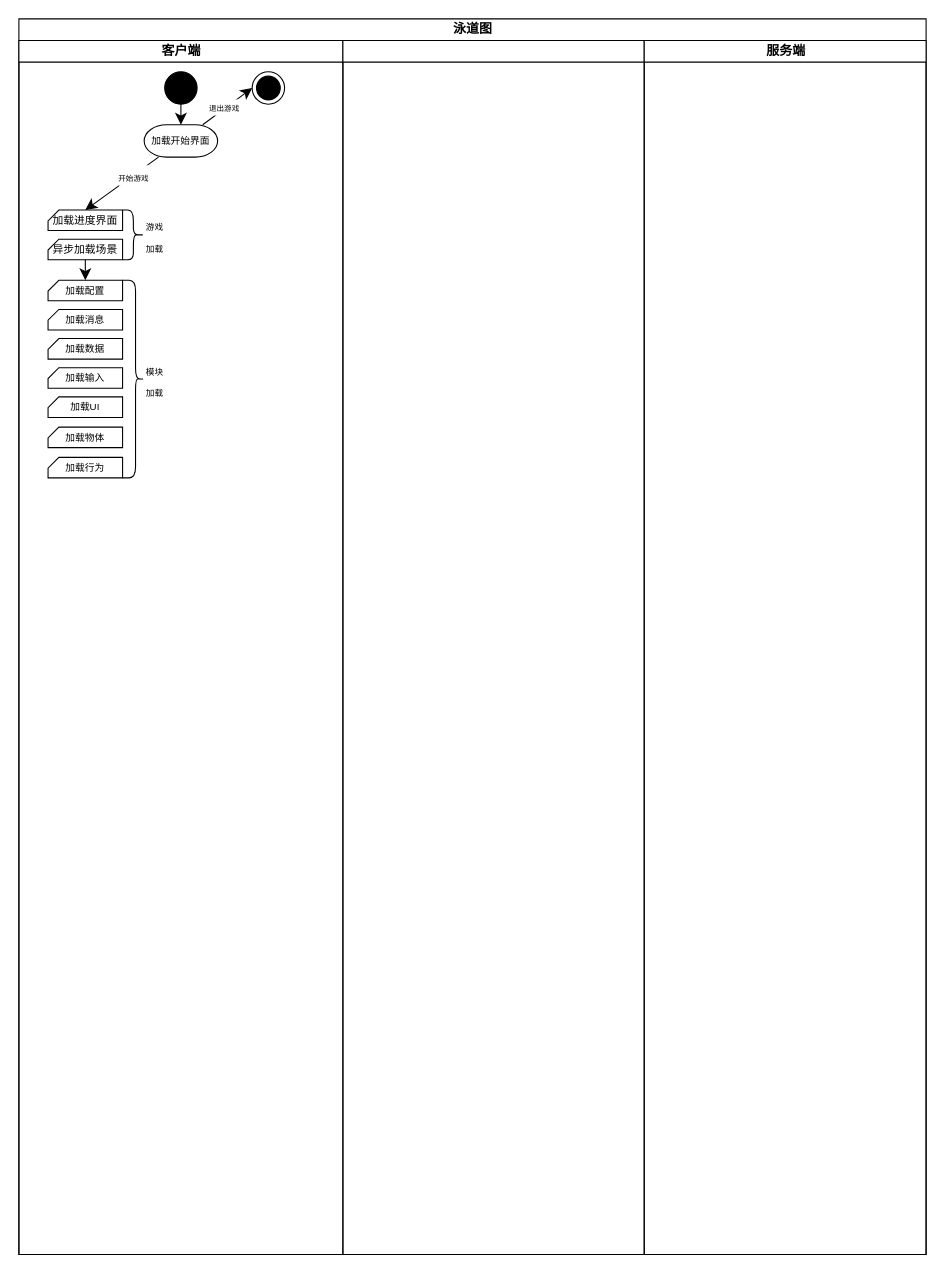
Before: Assets/LazyPan/LazyPanDrawio.drawio in WH961230/LazyPanFramework, a draw.io diagram. Source tidied: cells renumbered, new cells numbered last; positions are measured from the earlier drawing's top-left corner, leaving out a move shared by most shapes. Both pictures are drawn from the tidied source at 108%, with x=0, y=0 at pixel (18, 18).
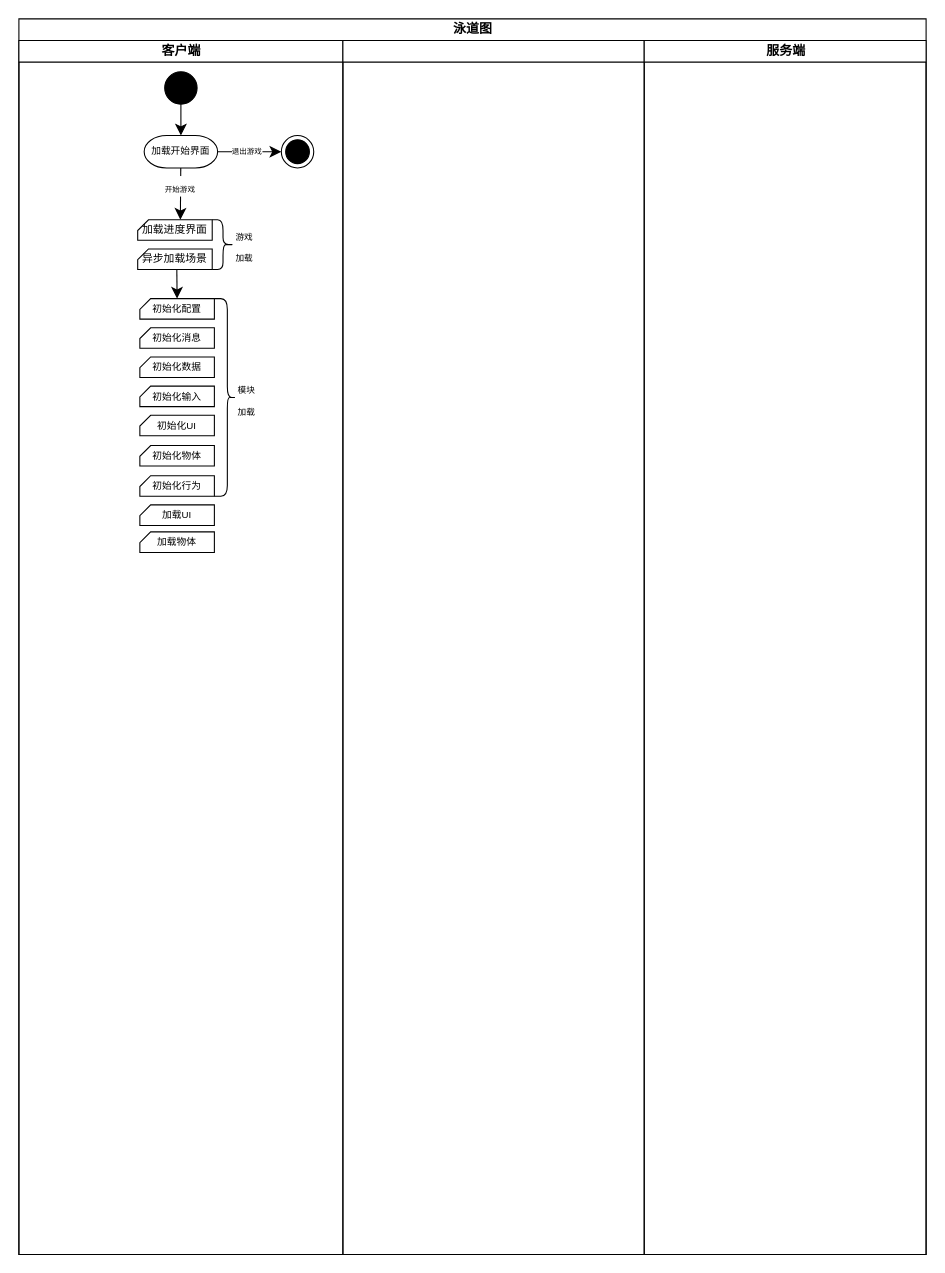
The same diagram, later.

The change refers to these unchanged cells:
```xml
<mxCell id="3" value="客户端" style="swimlane;startSize=20;html=1;" parent="2" vertex="1">
  <mxGeometry y="20" width="300" height="1124" as="geometry" />
</mxCell>
```

Diff of the diagram source:
```diff
@@
-    <mxCell id="5" style="edgeStyle=none;curved=1;rounded=0;jettySize=auto;html=1;entryX=0.5;entryY=0;entryDx=0;entryDy=0;fontSize=12;startSize=8;endSize=8;entryPerimeter=0;" parent="3" edge="1" source="7" target="21">
+    <mxCell id="5" style="edgeStyle=none;curved=1;rounded=0;jettySize=auto;html=1;entryX=0;entryY=0;entryDx=39.5;entryDy=0;fontSize=12;startSize=8;endSize=8;entryPerimeter=0;" parent="3" edge="1" source="7" target="21">
       <mxGeometry relative="1" as="geometry" />
     </mxCell>
@@
     <mxCell id="7" value="加载开始界面" style="strokeWidth=1;html=1;shape=mxgraph.flowchart.terminator;whiteSpace=wrap;fontSize=9;" parent="3" vertex="1">
-      <mxGeometry x="116" y="78" width="68" height="30" as="geometry" />
+      <mxGeometry x="116" y="88" width="68" height="30" as="geometry" />
     </mxCell>
@@
     <mxCell id="10" style="ellipse;html=1;shape=endState;fillColor=strokeColor;fontSize=16;" parent="3" vertex="1">
-      <mxGeometry x="216" y="29" width="30" height="30" as="geometry" />
+      <mxGeometry x="243" y="88" width="30" height="30" as="geometry" />
     </mxCell>
-    <mxCell id="11" value="&lt;div style=&quot;line-height: 0%;&quot;&gt;&lt;span style=&quot;background-color: initial; font-size: 9px;&quot;&gt;加载配置&lt;/span&gt;&lt;/div&gt;" style="verticalLabelPosition=middle;verticalAlign=middle;html=1;shape=card;whiteSpace=wrap;size=10;arcSize=12;fontSize=16;align=center;labelPosition=center;" parent="3" vertex="1">
-      <mxGeometry x="27" y="222" width="69" height="19" as="geometry" />
+    <mxCell id="11" value="&lt;div style=&quot;line-height: 0%;&quot;&gt;&lt;span style=&quot;background-color: initial; font-size: 9px;&quot;&gt;初始化&lt;/span&gt;&lt;span style=&quot;background-color: initial; font-size: 9px;&quot;&gt;配置&lt;/span&gt;&lt;/div&gt;" style="verticalLabelPosition=middle;verticalAlign=middle;html=1;shape=card;whiteSpace=wrap;size=10;arcSize=12;fontSize=16;align=center;labelPosition=center;" parent="3" vertex="1">
+      <mxGeometry x="112" y="239" width="69" height="19" as="geometry" />
     </mxCell>
-    <mxCell id="12" value="&lt;div style=&quot;line-height: 0%;&quot;&gt;&lt;span style=&quot;background-color: initial; font-size: 9px;&quot;&gt;加载行为&lt;/span&gt;&lt;/div&gt;" style="verticalLabelPosition=middle;verticalAlign=middle;html=1;shape=card;whiteSpace=wrap;size=10;arcSize=12;fontSize=16;align=center;labelPosition=center;" parent="3" vertex="1">
-      <mxGeometry x="27" y="386" width="69" height="19" as="geometry" />
+    <mxCell id="12" value="&lt;div style=&quot;line-height: 0%;&quot;&gt;&lt;span style=&quot;background-color: initial; font-size: 9px;&quot;&gt;初始化行为&lt;/span&gt;&lt;/div&gt;" style="verticalLabelPosition=middle;verticalAlign=middle;html=1;shape=card;whiteSpace=wrap;size=10;arcSize=12;fontSize=16;align=center;labelPosition=center;" parent="3" vertex="1">
+      <mxGeometry x="112" y="403" width="69" height="19" as="geometry" />
     </mxCell>
-    <mxCell id="13" value="&lt;div style=&quot;line-height: 0%;&quot;&gt;&lt;span style=&quot;background-color: initial; font-size: 9px;&quot;&gt;加载物体&lt;/span&gt;&lt;/div&gt;" style="verticalLabelPosition=middle;verticalAlign=middle;html=1;shape=card;whiteSpace=wrap;size=10;arcSize=12;fontSize=16;align=center;labelPosition=center;" parent="3" vertex="1">
-      <mxGeometry x="27" y="358" width="69" height="19" as="geometry" />
+    <mxCell id="13" value="&lt;div style=&quot;line-height: 0%;&quot;&gt;&lt;span style=&quot;background-color: initial; font-size: 9px;&quot;&gt;初始化物体&lt;/span&gt;&lt;/div&gt;" style="verticalLabelPosition=middle;verticalAlign=middle;html=1;shape=card;whiteSpace=wrap;size=10;arcSize=12;fontSize=16;align=center;labelPosition=center;" parent="3" vertex="1">
+      <mxGeometry x="112" y="375" width="69" height="19" as="geometry" />
     </mxCell>
-    <mxCell id="14" value="&lt;div style=&quot;line-height: 0%;&quot;&gt;&lt;span style=&quot;background-color: initial; font-size: 9px;&quot;&gt;加载UI&lt;/span&gt;&lt;/div&gt;" style="verticalLabelPosition=middle;verticalAlign=middle;html=1;shape=card;whiteSpace=wrap;size=10;arcSize=12;fontSize=16;align=center;labelPosition=center;" parent="3" vertex="1">
-      <mxGeometry x="27" y="330" width="69" height="19" as="geometry" />
+    <mxCell id="14" value="&lt;div style=&quot;line-height: 0%;&quot;&gt;&lt;span style=&quot;background-color: initial; font-size: 9px;&quot;&gt;初始化UI&lt;/span&gt;&lt;/div&gt;" style="verticalLabelPosition=middle;verticalAlign=middle;html=1;shape=card;whiteSpace=wrap;size=10;arcSize=12;fontSize=16;align=center;labelPosition=center;" parent="3" vertex="1">
+      <mxGeometry x="112" y="347" width="69" height="19" as="geometry" />
     </mxCell>
-    <mxCell id="15" value="&lt;div style=&quot;line-height: 0%;&quot;&gt;&lt;span style=&quot;background-color: initial; font-size: 9px;&quot;&gt;加载输入&lt;/span&gt;&lt;/div&gt;" style="verticalLabelPosition=middle;verticalAlign=middle;html=1;shape=card;whiteSpace=wrap;size=10;arcSize=12;fontSize=16;align=center;labelPosition=center;" parent="3" vertex="1">
-      <mxGeometry x="27" y="303" width="69" height="19" as="geometry" />
+    <mxCell id="15" value="&lt;div style=&quot;line-height: 0%;&quot;&gt;&lt;span style=&quot;background-color: initial; font-size: 9px;&quot;&gt;初始化&lt;/span&gt;&lt;span style=&quot;background-color: initial; font-size: 9px;&quot;&gt;输入&lt;/span&gt;&lt;/div&gt;" style="verticalLabelPosition=middle;verticalAlign=middle;html=1;shape=card;whiteSpace=wrap;size=10;arcSize=12;fontSize=16;align=center;labelPosition=center;" parent="3" vertex="1">
+      <mxGeometry x="112" y="320" width="69" height="19" as="geometry" />
     </mxCell>
-    <mxCell id="16" value="&lt;div style=&quot;line-height: 0%;&quot;&gt;&lt;span style=&quot;background-color: initial; font-size: 9px;&quot;&gt;加载数据&lt;/span&gt;&lt;/div&gt;" style="verticalLabelPosition=middle;verticalAlign=middle;html=1;shape=card;whiteSpace=wrap;size=10;arcSize=12;fontSize=16;align=center;labelPosition=center;" parent="3" vertex="1">
-      <mxGeometry x="27" y="276" width="69" height="19" as="geometry" />
+    <mxCell id="16" value="&lt;div style=&quot;line-height: 0%;&quot;&gt;&lt;span style=&quot;background-color: initial; font-size: 9px;&quot;&gt;初始化数据&lt;/span&gt;&lt;/div&gt;" style="verticalLabelPosition=middle;verticalAlign=middle;html=1;shape=card;whiteSpace=wrap;size=10;arcSize=12;fontSize=16;align=center;labelPosition=center;" parent="3" vertex="1">
+      <mxGeometry x="112" y="293" width="69" height="19" as="geometry" />
     </mxCell>
-    <mxCell id="17" value="&lt;div style=&quot;line-height: 0%;&quot;&gt;&lt;span style=&quot;background-color: initial; font-size: 9px;&quot;&gt;加载消息&lt;/span&gt;&lt;/div&gt;" style="verticalLabelPosition=middle;verticalAlign=middle;html=1;shape=card;whiteSpace=wrap;size=10;arcSize=12;fontSize=16;align=center;labelPosition=center;" parent="3" vertex="1">
-      <mxGeometry x="27" y="249" width="69" height="19" as="geometry" />
+    <mxCell id="17" value="&lt;div style=&quot;line-height: 0%;&quot;&gt;&lt;span style=&quot;background-color: initial; font-size: 9px;&quot;&gt;初始化消息&lt;/span&gt;&lt;/div&gt;" style="verticalLabelPosition=middle;verticalAlign=middle;html=1;shape=card;whiteSpace=wrap;size=10;arcSize=12;fontSize=16;align=center;labelPosition=center;" parent="3" vertex="1">
+      <mxGeometry x="112" y="266" width="69" height="19" as="geometry" />
     </mxCell>
     <mxCell id="18" value="&lt;span style=&quot;font-size: 8px;&quot;&gt;模块加载&lt;/span&gt;" style="shape=curlyBracket;whiteSpace=wrap;html=1;rounded=1;flipH=1;labelPosition=right;verticalLabelPosition=middle;align=left;verticalAlign=middle;fontSize=16;size=0.40000000000000424;strokeWidth=1;" parent="3" vertex="1">
-      <mxGeometry x="96" y="222" width="20" height="183" as="geometry" />
+      <mxGeometry x="181" y="239" width="20" height="183" as="geometry" />
     </mxCell>
-    <mxCell id="19" style="edgeStyle=none;curved=1;rounded=0;jettySize=auto;html=1;entryX=0.5;entryY=0;entryDx=0;entryDy=0;entryPerimeter=0;fontSize=12;startSize=8;endSize=8;" parent="3" edge="1" source="20" target="11">
+    <mxCell id="19" style="edgeStyle=none;curved=1;rounded=0;jettySize=auto;html=1;entryX=0.5;entryY=0;entryDx=0;entryDy=0;entryPerimeter=0;fontSize=12;startSize=8;endSize=8;exitX=0.525;exitY=1.007;exitDx=0;exitDy=0;exitPerimeter=0;" parent="3" edge="1" source="20" target="11">
       <mxGeometry relative="1" as="geometry" />
     </mxCell>
     <mxCell id="20" value="&lt;div style=&quot;line-height: 0%;&quot;&gt;&lt;font style=&quot;font-size: 10px;&quot;&gt;异步加载场景&lt;/font&gt;&lt;br&gt;&lt;/div&gt;" style="verticalLabelPosition=middle;verticalAlign=middle;html=1;shape=card;whiteSpace=wrap;size=10;arcSize=12;fontSize=16;align=center;labelPosition=center;" parent="3" vertex="1">
-      <mxGeometry x="27" y="184" width="69" height="19" as="geometry" />
+      <mxGeometry x="110" y="193" width="69" height="19" as="geometry" />
     </mxCell>
     <mxCell id="21" value="&lt;div style=&quot;line-height: 0%;&quot;&gt;&lt;font style=&quot;font-size: 10px;&quot;&gt;加载进度界面&lt;/font&gt;&lt;br&gt;&lt;/div&gt;" style="verticalLabelPosition=middle;verticalAlign=middle;html=1;shape=card;whiteSpace=wrap;size=10;arcSize=12;fontSize=16;align=center;labelPosition=center;" parent="3" vertex="1">
-      <mxGeometry x="27" y="157" width="69" height="19" as="geometry" />
+      <mxGeometry x="110" y="166" width="69" height="19" as="geometry" />
     </mxCell>
     <mxCell id="22" value="&lt;font style=&quot;font-size: 8px;&quot;&gt;游戏加载&lt;/font&gt;" style="shape=curlyBracket;whiteSpace=wrap;html=1;rounded=1;flipH=1;labelPosition=right;verticalLabelPosition=middle;align=left;verticalAlign=middle;fontSize=16;" parent="3" vertex="1">
-      <mxGeometry x="96" y="157" width="20" height="46" as="geometry" />
+      <mxGeometry x="179" y="166" width="20" height="46" as="geometry" />
     </mxCell>
+    <mxCell id="25" value="&lt;div style=&quot;line-height: 0%;&quot;&gt;&lt;span style=&quot;background-color: initial; font-size: 9px;&quot;&gt;加载物体&lt;/span&gt;&lt;/div&gt;" style="verticalLabelPosition=middle;verticalAlign=middle;html=1;shape=card;whiteSpace=wrap;size=10;arcSize=12;fontSize=16;align=center;labelPosition=center;" parent="3" vertex="1">
+      <mxGeometry x="112" y="455" width="69" height="19" as="geometry" />
+    </mxCell>
+    <mxCell id="26" value="&lt;div style=&quot;line-height: 0%;&quot;&gt;&lt;span style=&quot;background-color: initial; font-size: 9px;&quot;&gt;加载UI&lt;/span&gt;&lt;/div&gt;" style="verticalLabelPosition=middle;verticalAlign=middle;html=1;shape=card;whiteSpace=wrap;size=10;arcSize=12;fontSize=16;align=center;labelPosition=center;" parent="3" vertex="1">
+      <mxGeometry x="112" y="430" width="69" height="19" as="geometry" />
+    </mxCell>
```
